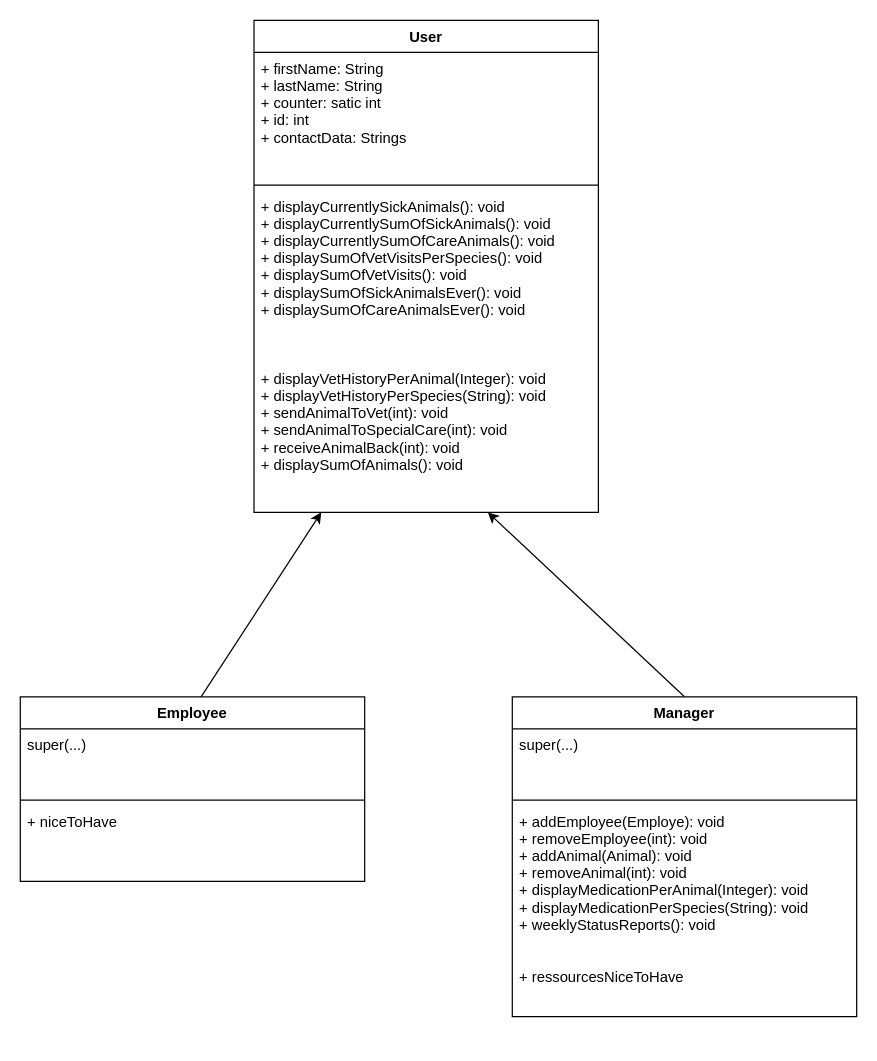
riv-hoss/Java_UseCase_Team_Blue keeps this draw.io diagram as diagrams/User_Manager_Employee.drawio. Above is the earlier version. Source tidied: cells renumbered, new cells numbered last; positions are measured from the earlier drawing's top-left corner, leaving out a move shared by most shapes. Both pictures are drawn from the tidied source at 123%, with x=0, y=0 at pixel (20, 20).
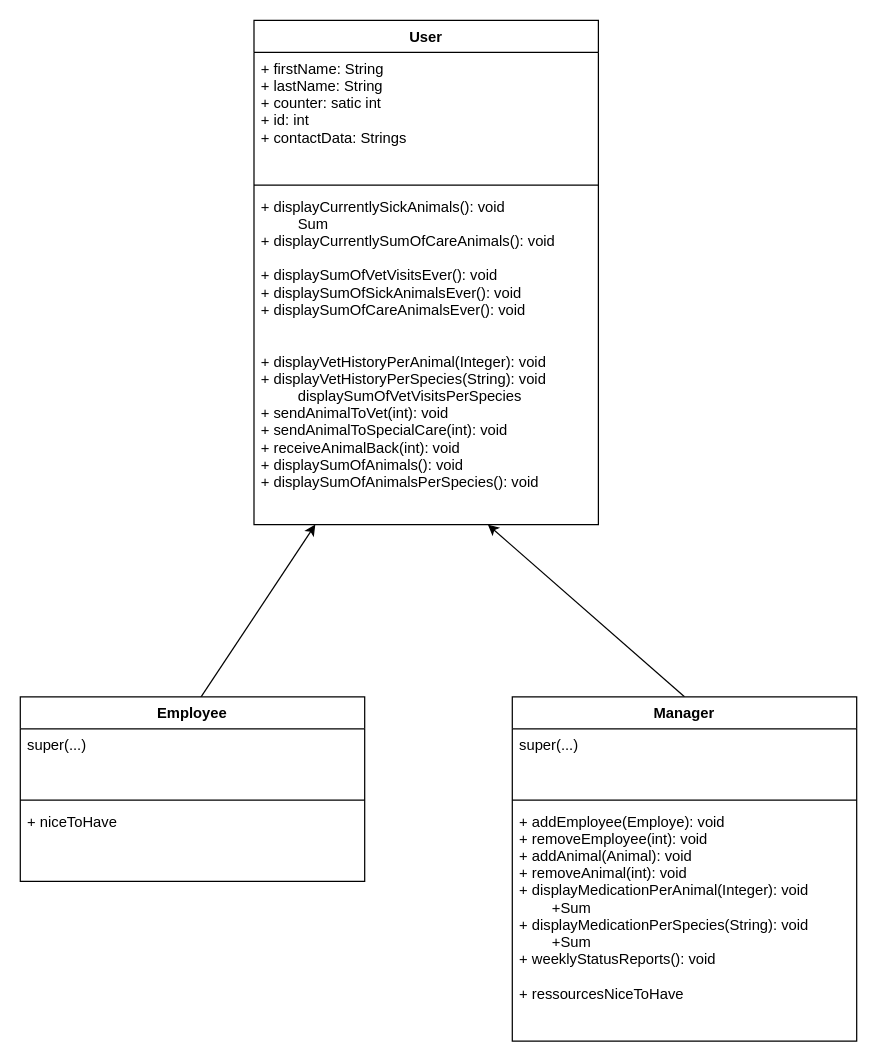
The same page after the edit.

Commit message:
update user employee manager

Change to the diagram source:
```diff
@@
 <mxGraphModel background="#ffffff">
   <root>
     <mxCell id="0" />
     <mxCell id="1" parent="0" />
     <mxCell id="2" style="endArrow=classic;html=1;exitX=0.523;exitY=0.006;exitDx=0;exitDy=0;exitPerimeter=0;" parent="1" edge="1" source="8" target="7">
       <mxGeometry relative="1" as="geometry" />
     </mxCell>
     <mxCell id="3" style="endArrow=classic;html=1;exitX=0.5;exitY=0;exitDx=0;exitDy=0;entryX=0.679;entryY=1;entryDx=0;entryDy=0;entryPerimeter=0;" parent="1" edge="1" source="12" target="7">
       <mxGeometry relative="1" as="geometry" />
     </mxCell>
     <mxCell id="4" value="User" style="swimlane;fontStyle=1;align=center;verticalAlign=top;horizontal=1;startSize=26;" parent="1" vertex="1">
-      <mxGeometry x="190" width="280" height="400" as="geometry" />
+      <mxGeometry x="190" width="280" height="410" as="geometry" />
     </mxCell>
     <mxCell id="5" value="+ firstName: String&#10;+ lastName: String&#10;+ counter: satic int&#10;+ id: int&#10;+ contactData: Strings" style="text;strokeColor=none;fillColor=none;align=left;verticalAlign=top;spacingLeft=4;spacingRight=4;overflow=hidden;" parent="4" vertex="1">
       <mxGeometry y="26" width="280" height="104" as="geometry" />
     </mxCell>
     <mxCell id="6" style="line;strokeWidth=1;fillColor=none;align=left;verticalAlign=middle;spacingTop=-1;spacingLeft=3;spacingRight=3;labelPosition=right;" parent="4" vertex="1">
       <mxGeometry y="130" width="280" height="8" as="geometry" />
     </mxCell>
-    <mxCell id="7" value="+ displayCurrentlySickAnimals(): void&#10;+ displayCurrentlySumOfSickAnimals(): void&#10;+ displayCurrentlySumOfCareAnimals(): void&#10;+ displaySumOfVetVisitsPerSpecies(): void&#10;+ displaySumOfVetVisits(): void&#10;+ displaySumOfSickAnimalsEver(): void&#10;+ displaySumOfCareAnimalsEver(): void&#10;&#10;&#10;&#10;+ displayVetHistoryPerAnimal(Integer): void&#10;+ displayVetHistoryPerSpecies(String): void&#10;+ sendAnimalToVet(int): void&#10;+ sendAnimalToSpecialCare(int): void&#10;+ receiveAnimalBack(int): void&#10;+ displaySumOfAnimals(): void&#10;" style="text;strokeColor=none;fillColor=none;align=left;verticalAlign=top;spacingLeft=4;spacingRight=4;overflow=hidden;points=[[0,0.5],[1,0.5]];portConstraint=eastwest;" parent="4" vertex="1">
-      <mxGeometry y="138" width="280" height="262" as="geometry" />
+    <mxCell id="7" value="+ displayCurrentlySickAnimals(): void&#10;         Sum&#10;+ displayCurrentlySumOfCareAnimals(): void&#10;&#10;+ displaySumOfVetVisitsEver(): void&#10;+ displaySumOfSickAnimalsEver(): void&#10;+ displaySumOfCareAnimalsEver(): void&#10;&#10;&#10;+ displayVetHistoryPerAnimal(Integer): void&#10;+ displayVetHistoryPerSpecies(String): void&#10;         displaySumOfVetVisitsPerSpecies&#10;+ sendAnimalToVet(int): void&#10;+ sendAnimalToSpecialCare(int): void&#10;+ receiveAnimalBack(int): void&#10;+ displaySumOfAnimals(): void&#10;+ displaySumOfAnimalsPerSpecies(): void&#10;" style="text;strokeColor=none;fillColor=none;align=left;verticalAlign=top;spacingLeft=4;spacingRight=4;overflow=hidden;points=[[0,0.5],[1,0.5]];portConstraint=eastwest;" parent="4" vertex="1">
+      <mxGeometry y="138" width="280" height="272" as="geometry" />
     </mxCell>
     <mxCell id="8" value="Employee" style="swimlane;fontStyle=1;align=center;verticalAlign=top;horizontal=1;startSize=26;" parent="1" vertex="1">
       <mxGeometry y="550" width="280" height="150" as="geometry" />
     </mxCell>
     <mxCell id="9" value="super(...)&#10;" style="text;strokeColor=none;fillColor=none;align=left;verticalAlign=top;spacingLeft=4;spacingRight=4;overflow=hidden;" parent="8" vertex="1">
       <mxGeometry y="26" width="280" height="54" as="geometry" />
     </mxCell>
     <mxCell id="10" style="line;strokeWidth=1;fillColor=none;align=left;verticalAlign=middle;spacingTop=-1;spacingLeft=3;spacingRight=3;labelPosition=right;" parent="8" vertex="1">
       <mxGeometry y="80" width="280" height="8" as="geometry" />
     </mxCell>
     <mxCell id="11" value="+ niceToHave" style="text;strokeColor=none;fillColor=none;align=left;verticalAlign=top;spacingLeft=4;spacingRight=4;overflow=hidden;" parent="8" vertex="1">
       <mxGeometry y="88" width="280" height="62" as="geometry" />
     </mxCell>
     <mxCell id="12" value="Manager" style="swimlane;fontStyle=1;align=center;verticalAlign=top;horizontal=1;startSize=26;" parent="1" vertex="1">
-      <mxGeometry x="400" y="550" width="280" height="260" as="geometry" />
+      <mxGeometry x="400" y="550" width="280" height="280" as="geometry" />
     </mxCell>
     <mxCell id="13" value="super(...)&#10;" style="text;strokeColor=none;fillColor=none;align=left;verticalAlign=top;spacingLeft=4;spacingRight=4;overflow=hidden;" parent="12" vertex="1">
       <mxGeometry y="26" width="280" height="54" as="geometry" />
     </mxCell>
     <mxCell id="14" style="line;strokeWidth=1;fillColor=none;align=left;verticalAlign=middle;spacingTop=-1;spacingLeft=3;spacingRight=3;labelPosition=right;" parent="12" vertex="1">
       <mxGeometry y="80" width="280" height="8" as="geometry" />
     </mxCell>
-    <mxCell id="15" value="+ addEmployee(Employe): void&#10;+ removeEmployee(int): void&#10;+ addAnimal(Animal): void&#10;+ removeAnimal(int): void&#10;+ displayMedicationPerAnimal(Integer): void&#10;+ displayMedicationPerSpecies(String): void&#10;+ weeklyStatusReports(): void&#10;&#10;&#10;+ ressourcesNiceToHave" style="text;strokeColor=none;fillColor=none;align=left;verticalAlign=top;spacingLeft=4;spacingRight=4;overflow=hidden;" parent="12" vertex="1">
-      <mxGeometry y="88" width="280" height="172" as="geometry" />
+    <mxCell id="15" value="+ addEmployee(Employe): void&#10;+ removeEmployee(int): void&#10;+ addAnimal(Animal): void&#10;+ removeAnimal(int): void&#10;+ displayMedicationPerAnimal(Integer): void&#10;        +Sum&#10;+ displayMedicationPerSpecies(String): void&#10;        +Sum&#10;+ weeklyStatusReports(): void&#10;&#10;+ ressourcesNiceToHave" style="text;strokeColor=none;fillColor=none;align=left;verticalAlign=top;spacingLeft=4;spacingRight=4;overflow=hidden;" parent="12" vertex="1">
+      <mxGeometry y="88" width="280" height="192" as="geometry" />
     </mxCell>
   </root>
 </mxGraphModel>
```
